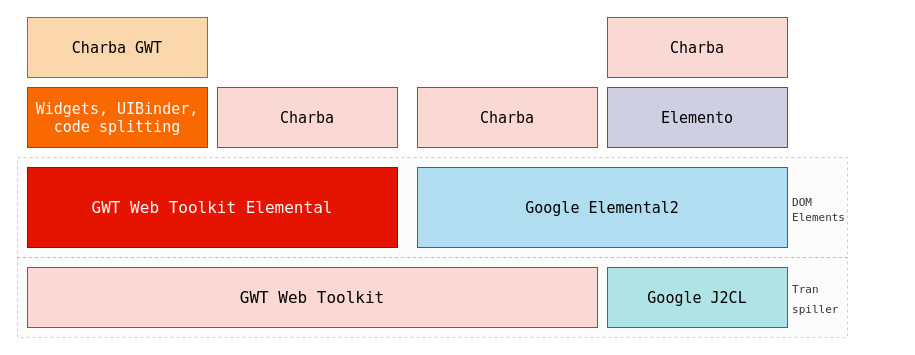
This is static/diagram/charbaDiagram.drawio from pepstock-org/Charba-Wiki, a draw.io file, before an edit. Source tidied: cells renumbered, new cells numbered last; positions are measured from the earlier drawing's top-left corner, leaving out a move shared by most shapes. Both pictures are drawn from the tidied source at 100%, with x=0, y=0 at pixel (17, 17).
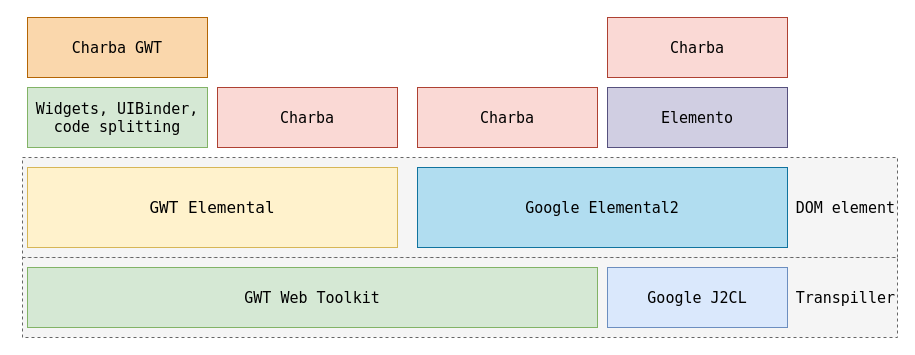
Above is the later version.

Commit message (it also covers changes not shown here):
changes charba diagram

Change to the diagram source:
```diff
@@
 <mxGraphModel>
   <root>
     <mxCell id="0" />
     <mxCell id="1" parent="0" />
-    <mxCell id="2" value="&lt;div style=&quot;text-align: justify;&quot;&gt;&lt;span style=&quot;font-size: 11px;&quot;&gt;Tran&lt;/span&gt;&lt;/div&gt;&lt;div style=&quot;text-align: justify;&quot;&gt;&lt;span style=&quot;font-size: 11px;&quot;&gt;spiller&amp;nbsp;&lt;/span&gt;&lt;/div&gt;" style="rounded=0;whiteSpace=wrap;html=1;fillColor=#f5f5f5;strokeColor=#666666;fontFamily=Lucida Console;fontSize=16;align=right;fontColor=#333333;dashed=1;opacity=30;" parent="1" vertex="1">
-      <mxGeometry y="240" width="830" height="80" as="geometry" />
-    </mxCell>
-    <mxCell id="3" value="&lt;div style=&quot;text-align: justify;&quot;&gt;&lt;span style=&quot;font-size: 11px; background-color: initial;&quot;&gt;DOM&lt;/span&gt;&lt;/div&gt;&lt;font style=&quot;font-size: 11px;&quot;&gt;&lt;div style=&quot;text-align: justify;&quot;&gt;&lt;span style=&quot;background-color: initial;&quot;&gt;Elements&lt;/span&gt;&lt;/div&gt;&lt;/font&gt;" style="rounded=0;whiteSpace=wrap;html=1;fillColor=#f5f5f5;strokeColor=#666666;fontFamily=Lucida Console;fontSize=16;align=right;fontColor=#333333;dashed=1;gradientColor=none;opacity=30;" parent="1" vertex="1">
-      <mxGeometry y="140" width="830" height="100" as="geometry" />
-    </mxCell>
+    <mxCell id="14" value="&lt;div style=&quot;text-align: justify;&quot;&gt;&lt;font color=&quot;#000000&quot;&gt;DOM&amp;nbsp;&lt;/font&gt;&lt;span style=&quot;color: rgb(0, 0, 0); background-color: initial;&quot;&gt;element&lt;/span&gt;&lt;/div&gt;" style="rounded=0;whiteSpace=wrap;html=1;fontFamily=Lucida Console;fontSize=15;fillColor=#f5f5f5;strokeColor=#666666;fontColor=#333333;align=right;dashed=1;" parent="1" vertex="1">
+      <mxGeometry x="5" y="140" width="875" height="100" as="geometry" />
+    </mxCell>
+    <mxCell id="15" value="&lt;div style=&quot;text-align: justify;&quot;&gt;&lt;font color=&quot;#000000&quot;&gt;Transpiller&lt;/font&gt;&lt;/div&gt;" style="rounded=0;whiteSpace=wrap;html=1;fontFamily=Lucida Console;fontSize=15;fillColor=#f5f5f5;strokeColor=#666666;fontColor=#333333;align=right;dashed=1;" parent="1" vertex="1">
+      <mxGeometry x="5" y="240" width="875" height="80" as="geometry" />
+    </mxCell>
-    <mxCell id="4" value="GWT Web Toolkit Elemental" style="rounded=0;whiteSpace=wrap;html=1;fillColor=#e51400;strokeColor=#B20000;fontColor=#ffffff;fontFamily=Lucida Console;fontSize=16;" parent="1" vertex="1">
+    <mxCell id="4" value="GWT Elemental" style="rounded=0;whiteSpace=wrap;html=1;fillColor=#fff2cc;strokeColor=#d6b656;fontFamily=Lucida Console;fontSize=16;" parent="1" vertex="1">
       <mxGeometry x="10" y="150" width="370" height="80" as="geometry" />
     </mxCell>
     <mxCell id="5" value="Google Elemental2" style="rounded=0;whiteSpace=wrap;html=1;fillColor=#b1ddf0;strokeColor=#10739e;fontFamily=Lucida Console;fontSize=15;" parent="1" vertex="1">
       <mxGeometry x="400" y="150" width="370" height="80" as="geometry" />
     </mxCell>
-    <mxCell id="6" value="Widgets, UIBinder, code splitting" style="rounded=0;whiteSpace=wrap;html=1;fontFamily=Lucida Console;fontSize=15;fillColor=#fa6800;strokeColor=#C73500;fontColor=#ffffff;" parent="1" vertex="1">
+    <mxCell id="6" value="Widgets, UIBinder, code splitting" style="rounded=0;whiteSpace=wrap;html=1;fontFamily=Lucida Console;fontSize=15;fillColor=#d5e8d4;strokeColor=#82b366;" parent="1" vertex="1">
       <mxGeometry x="10" y="70" width="180" height="60" as="geometry" />
     </mxCell>
     <mxCell id="7" value="Charba" style="rounded=0;whiteSpace=wrap;html=1;fontFamily=Lucida Console;fontSize=15;fillColor=#fad9d5;strokeColor=#ae4132;" parent="1" vertex="1">
       <mxGeometry x="200" y="70" width="180" height="60" as="geometry" />
     </mxCell>
     <mxCell id="8" value="Charba GWT" style="rounded=0;whiteSpace=wrap;html=1;fontFamily=Lucida Console;fontSize=15;fillColor=#fad7ac;strokeColor=#b46504;" parent="1" vertex="1">
       <mxGeometry x="10" width="180" height="60" as="geometry" />
     </mxCell>
     <mxCell id="9" value="Charba" style="rounded=0;whiteSpace=wrap;html=1;fontFamily=Lucida Console;fontSize=15;fillColor=#fad9d5;strokeColor=#ae4132;" parent="1" vertex="1">
       <mxGeometry x="400" y="70" width="180" height="60" as="geometry" />
     </mxCell>
     <mxCell id="10" value="Elemento" style="rounded=0;whiteSpace=wrap;html=1;fontFamily=Lucida Console;fontSize=15;fillColor=#d0cee2;strokeColor=#56517e;" parent="1" vertex="1">
       <mxGeometry x="590" y="70" width="180" height="60" as="geometry" />
     </mxCell>
     <mxCell id="11" value="Charba" style="rounded=0;whiteSpace=wrap;html=1;fontFamily=Lucida Console;fontSize=15;fillColor=#fad9d5;strokeColor=#ae4132;" parent="1" vertex="1">
       <mxGeometry x="590" width="180" height="60" as="geometry" />
     </mxCell>
+    <mxCell id="13" value="Google J2CL" style="rounded=0;whiteSpace=wrap;html=1;fontFamily=Lucida Console;fontSize=15;fillColor=#dae8fc;strokeColor=#6c8ebf;" parent="1" vertex="1">
+      <mxGeometry x="590" y="250" width="180" height="60" as="geometry" />
+    </mxCell>
-    <mxCell id="12" value="GWT Web Toolkit" style="rounded=0;whiteSpace=wrap;html=1;fillColor=#fad9d5;strokeColor=#ae4132;fontFamily=Lucida Console;fontSize=16;" parent="1" vertex="1">
+    <mxCell id="12" value="GWT Web Toolkit" style="rounded=0;whiteSpace=wrap;html=1;fontFamily=Lucida Console;fontSize=15;fillColor=#d5e8d4;strokeColor=#82b366;" parent="1" vertex="1">
       <mxGeometry x="10" y="250" width="570" height="60" as="geometry" />
     </mxCell>
-    <mxCell id="13" value="Google J2CL" style="rounded=0;whiteSpace=wrap;html=1;fontFamily=Lucida Console;fontSize=15;fillColor=#b0e3e6;strokeColor=#0e8088;" parent="1" vertex="1">
-      <mxGeometry x="590" y="250" width="180" height="60" as="geometry" />
-    </mxCell>
   </root>
 </mxGraphModel>
```
